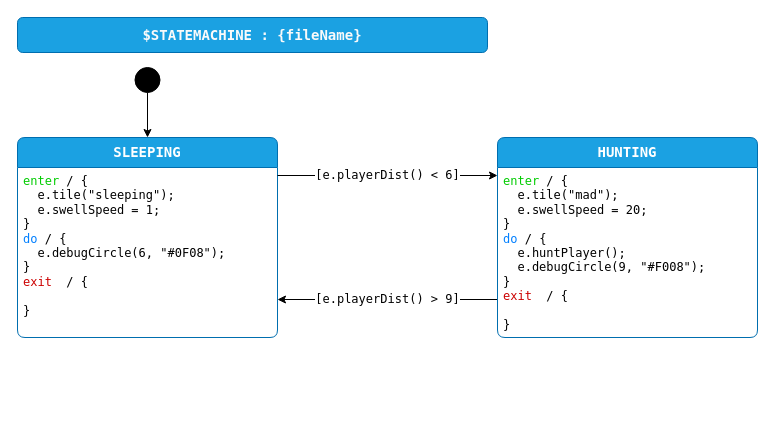
Before: page "design" (1 of 3) of enemy0/Enemy0Sm.drawio in adamfk/game-fsm-examples, a draw.io diagram. Source tidied: cells renumbered, new cells numbered last; positions are measured from the earlier drawing's top-left corner, leaving out a move shared by most shapes. Both pictures are drawn from the tidied source at 100%, with x=0, y=0 at pixel (17, 17).
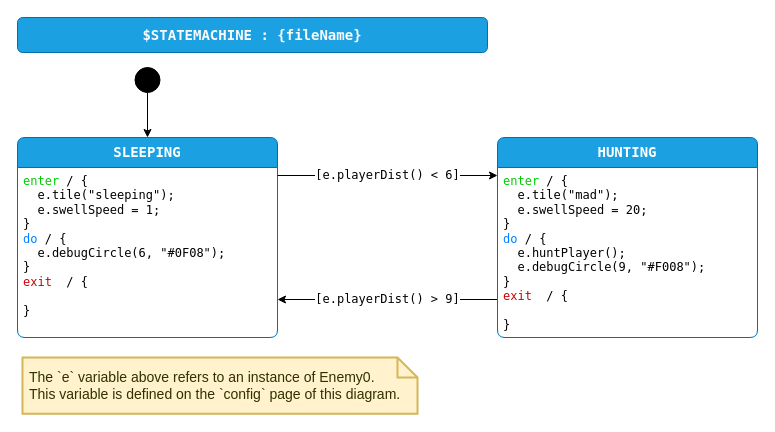
The same diagram, later.

The edit, as a diff of the source:
```diff
@@
 <mxGraphModel>
   <root>
     <mxCell id="0" />
     <mxCell id="1" parent="0" />
     <mxCell id="2" style="rounded=0;jettySize=auto;html=1;exitX=0.5;exitY=1;exitDx=0;exitDy=0;entryX=0.5;entryY=0;entryDx=0;entryDy=0;entryPerimeter=0;" parent="1" edge="1" source="3" target="5">
       <mxGeometry relative="1" as="geometry" />
     </mxCell>
     <mxCell id="3" value="$initial_state" style="shape=ellipse;fillColor=#000000;noLabel=1;" parent="1" vertex="1">
       <mxGeometry x="117.5" y="50" width="25" height="25" as="geometry" />
     </mxCell>
     <mxCell id="4" value="&lt;span style=&quot;color: rgb(250, 250, 250); font-family: &amp;quot;Lucida Console&amp;quot;; font-size: 14px; font-weight: 700; text-wrap: nowrap;&quot;&gt;$STATEMACHINE : {fileName}&lt;/span&gt;" style="rounded=1;whiteSpace=wrap;html=1;fillColor=#1ba1e2;fontColor=#ffffff;strokeColor=#006EAF;" parent="1" vertex="1">
       <mxGeometry width="470" height="35" as="geometry" />
     </mxCell>
     <mxCell id="5" value="SLEEPING" style="shape=swimlane;align=center;verticalAlign=top;fontFamily=Lucida Console;startSize=30;fontSize=14;fontStyle=1;fontColor=#ffffff;fillColor=#1ba1e2;swimlaneFillColor=default;rounded=1;arcSize=15;absoluteArcSize=1;points=[[0,0,0,0,0],[0,0.06,0,0,0],[0,0.13,0,0,0],[0,0.19,0,0,0],[0,0.25,0,0,0],[0,0.31,0,0,0],[0,0.38,0,0,0],[0,0.44,0,0,0],[0,0.5,0,0,0],[0,0.56,0,0,0],[0,0.63,0,0,0],[0,0.69,0,0,0],[0,0.75,0,0,0],[0,0.81,0,0,0],[0,0.88,0,0,0],[0,0.94,0,0,0],[0,1,0,0,0],[0.06,0,0,0,0],[0.06,1,0,0,0],[0.13,0,0,0,0],[0.13,1,0,0,0],[0.19,0,0,0,0],[0.19,1,0,0,0],[0.25,0,0,0,0],[0.25,1,0,0,0],[0.31,0,0,0,0],[0.31,1,0,0,0],[0.38,0,0,0,0],[0.38,1,0,0,0],[0.44,0,0,0,0],[0.44,1,0,0,0],[0.5,0,0,0,0],[0.5,1,0,0,0],[0.56,0,0,0,0],[0.56,1,0,0,0],[0.63,0,0,0,0],[0.63,1,0,0,0],[0.69,0,0,0,0],[0.69,1,0,0,0],[0.75,0,0,0,0],[0.75,1,0,0,0],[0.81,0,0,0,0],[0.81,1,0,0,0],[0.88,0,0,0,0],[0.88,1,0,0,0],[0.94,0,0,0,0],[0.94,1,0,0,0],[1,0,0,0,0],[1,0.06,0,0,0],[1,0.13,0,0,0],[1,0.19,0,0,0],[1,0.25,0,0,0],[1,0.31,0,0,0],[1,0.38,0,0,0],[1,0.44,0,0,0],[1,0.5,0,0,0],[1,0.56,0,0,0],[1,0.63,0,0,0],[1,0.69,0,0,0],[1,0.75,0,0,0],[1,0.81,0,0,0],[1,0.88,0,0,0],[1,0.94,0,0,0],[1,1,0,0,0]];strokeColor=#006EAF;labelBackgroundColor=none;" parent="1" vertex="1">
       <mxGeometry y="120" width="260" height="200" as="geometry" />
     </mxCell>
     <mxCell id="6" value="&lt;font color=&quot;#00cc00&quot;&gt;enter&lt;/font&gt; / {&lt;br&gt;&amp;nbsp; e.tile(&quot;sleeping&quot;);&lt;br&gt;&amp;nbsp; e.swellSpeed = 1;&lt;br&gt;}&lt;br&gt;&lt;font color=&quot;#007fff&quot;&gt;do&lt;/font&gt; / {&lt;br&gt;&amp;nbsp; e.debugCircle(6, &quot;#0F08&quot;);&amp;nbsp;&lt;br&gt;&lt;div&gt;}&lt;br&gt;&lt;font color=&quot;#cc0000&quot;&gt;exit&lt;/font&gt;&amp;nbsp; / {&lt;br&gt;&amp;nbsp;&amp;nbsp;&lt;br&gt;}&lt;/div&gt;" style="fontFamily=Lucida Console;align=left;verticalAlign=top;fillColor=none;gradientColor=none;strokeColor=none;rounded=0;spacingLeft=4;html=1;fontSize=12;fontColor=default;labelBackgroundColor=default;" parent="5" vertex="1">
       <mxGeometry y="30" width="240" height="160" as="geometry" />
     </mxCell>
     <mxCell id="7" value="&lt;span style=&quot;font-family: &amp;quot;Lucida Console&amp;quot;; font-size: 12px;&quot;&gt;[e.playerDist() &amp;gt; 9]&lt;/span&gt;" style="edgeStyle=none;html=1;exitX=0;exitY=0.81;exitDx=0;exitDy=0;exitPerimeter=0;entryX=1;entryY=0.81;entryDx=0;entryDy=0;entryPerimeter=0;" parent="1" edge="1" source="8" target="5">
       <mxGeometry relative="1" as="geometry" />
     </mxCell>
     <mxCell id="8" value="HUNTING" style="shape=swimlane;align=center;verticalAlign=top;fontFamily=Lucida Console;startSize=30;fontSize=14;fontStyle=1;fontColor=#ffffff;fillColor=#1ba1e2;swimlaneFillColor=default;rounded=1;arcSize=15;absoluteArcSize=1;points=[[0,0,0,0,0],[0,0.06,0,0,0],[0,0.13,0,0,0],[0,0.19,0,0,0],[0,0.25,0,0,0],[0,0.31,0,0,0],[0,0.38,0,0,0],[0,0.44,0,0,0],[0,0.5,0,0,0],[0,0.56,0,0,0],[0,0.63,0,0,0],[0,0.69,0,0,0],[0,0.75,0,0,0],[0,0.81,0,0,0],[0,0.88,0,0,0],[0,0.94,0,0,0],[0,1,0,0,0],[0.06,0,0,0,0],[0.06,1,0,0,0],[0.13,0,0,0,0],[0.13,1,0,0,0],[0.19,0,0,0,0],[0.19,1,0,0,0],[0.25,0,0,0,0],[0.25,1,0,0,0],[0.31,0,0,0,0],[0.31,1,0,0,0],[0.38,0,0,0,0],[0.38,1,0,0,0],[0.44,0,0,0,0],[0.44,1,0,0,0],[0.5,0,0,0,0],[0.5,1,0,0,0],[0.56,0,0,0,0],[0.56,1,0,0,0],[0.63,0,0,0,0],[0.63,1,0,0,0],[0.69,0,0,0,0],[0.69,1,0,0,0],[0.75,0,0,0,0],[0.75,1,0,0,0],[0.81,0,0,0,0],[0.81,1,0,0,0],[0.88,0,0,0,0],[0.88,1,0,0,0],[0.94,0,0,0,0],[0.94,1,0,0,0],[1,0,0,0,0],[1,0.06,0,0,0],[1,0.13,0,0,0],[1,0.19,0,0,0],[1,0.25,0,0,0],[1,0.31,0,0,0],[1,0.38,0,0,0],[1,0.44,0,0,0],[1,0.5,0,0,0],[1,0.56,0,0,0],[1,0.63,0,0,0],[1,0.69,0,0,0],[1,0.75,0,0,0],[1,0.81,0,0,0],[1,0.88,0,0,0],[1,0.94,0,0,0],[1,1,0,0,0]];strokeColor=#006EAF;labelBackgroundColor=none;" parent="1" vertex="1">
       <mxGeometry x="480" y="120" width="260" height="200" as="geometry" />
     </mxCell>
     <mxCell id="9" value="&lt;font color=&quot;#00cc00&quot;&gt;enter&lt;/font&gt; / {&lt;br&gt;&amp;nbsp; e.tile(&quot;mad&quot;);&lt;br&gt;&amp;nbsp; e.swellSpeed = 20;&lt;br&gt;}&lt;br&gt;&lt;font color=&quot;#007fff&quot;&gt;do&lt;/font&gt; / {&lt;br&gt;&lt;div&gt;&lt;div&gt;&amp;nbsp; e.huntPlayer();&lt;/div&gt;&lt;div&gt;&amp;nbsp; e.debugCircle(9, &quot;#F008&quot;);&lt;/div&gt;&lt;div&gt;}&lt;br&gt;&lt;font color=&quot;#cc0000&quot;&gt;exit&lt;/font&gt;&amp;nbsp; / {&lt;br&gt;&amp;nbsp;&amp;nbsp;&lt;br&gt;}&lt;br&gt;&lt;/div&gt;&lt;/div&gt;" style="fontFamily=Lucida Console;align=left;verticalAlign=top;fillColor=none;gradientColor=none;strokeColor=none;rounded=0;spacingLeft=4;html=1;fontSize=12;fontColor=default;labelBackgroundColor=default;" parent="8" vertex="1">
       <mxGeometry y="30" width="230" height="170" as="geometry" />
     </mxCell>
     <mxCell id="10" value="[e.playerDist() &amp;lt; 6]" style="edgeStyle=orthogonalEdgeStyle;rounded=0;jettySize=auto;html=1;exitX=1;exitY=0.19;exitDx=0;exitDy=0;exitPerimeter=0;entryX=0;entryY=0.19;entryDx=0;entryDy=0;entryPerimeter=0;fontSize=12;fontFamily=Lucida Console;" parent="1" edge="1" source="5" target="8">
       <mxGeometry relative="1" as="geometry" />
     </mxCell>
+    <mxCell id="11" value="The `e` variable above refers to an instance of Enemy0.&lt;br&gt;This variable is defined on the `config` page of this diagram." style="shape=note;strokeWidth=2;fontSize=14;size=20;whiteSpace=wrap;html=1;fillColor=#fff2cc;strokeColor=#d6b656;fontColor=#303000;align=left;spacingLeft=5;verticalAlign=middle;fontFamily=Helvetica;" parent="1" vertex="1">
+      <mxGeometry x="5" y="340" width="395" height="56.2" as="geometry" />
+    </mxCell>
   </root>
 </mxGraphModel>
```
